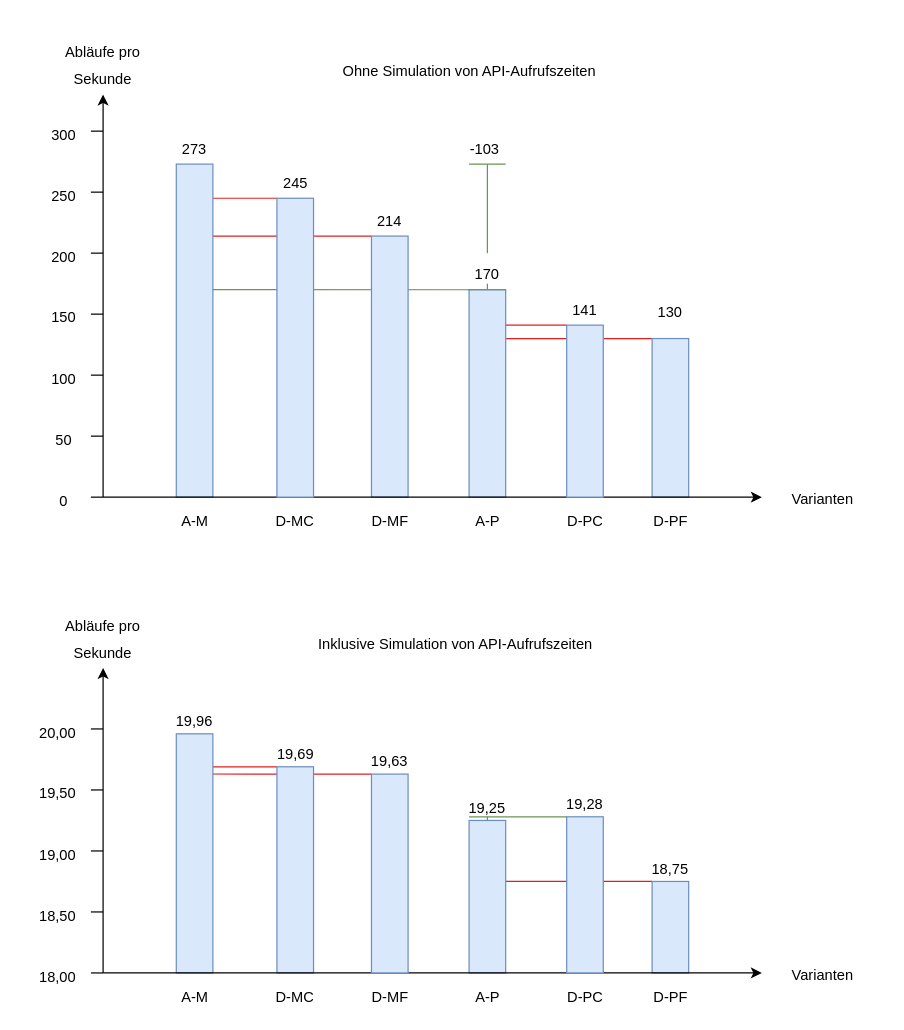
Before: svg/PerformanceReqPerSec Sum.drawio in Thalmaier/bachelor-thesis, a draw.io diagram. Source tidied: cells renumbered, new cells numbered last; positions are measured from the earlier drawing's top-left corner, leaving out a move shared by most shapes. Both pictures are drawn from the tidied source at 122%, with x=0, y=0 at pixel (21, 21).
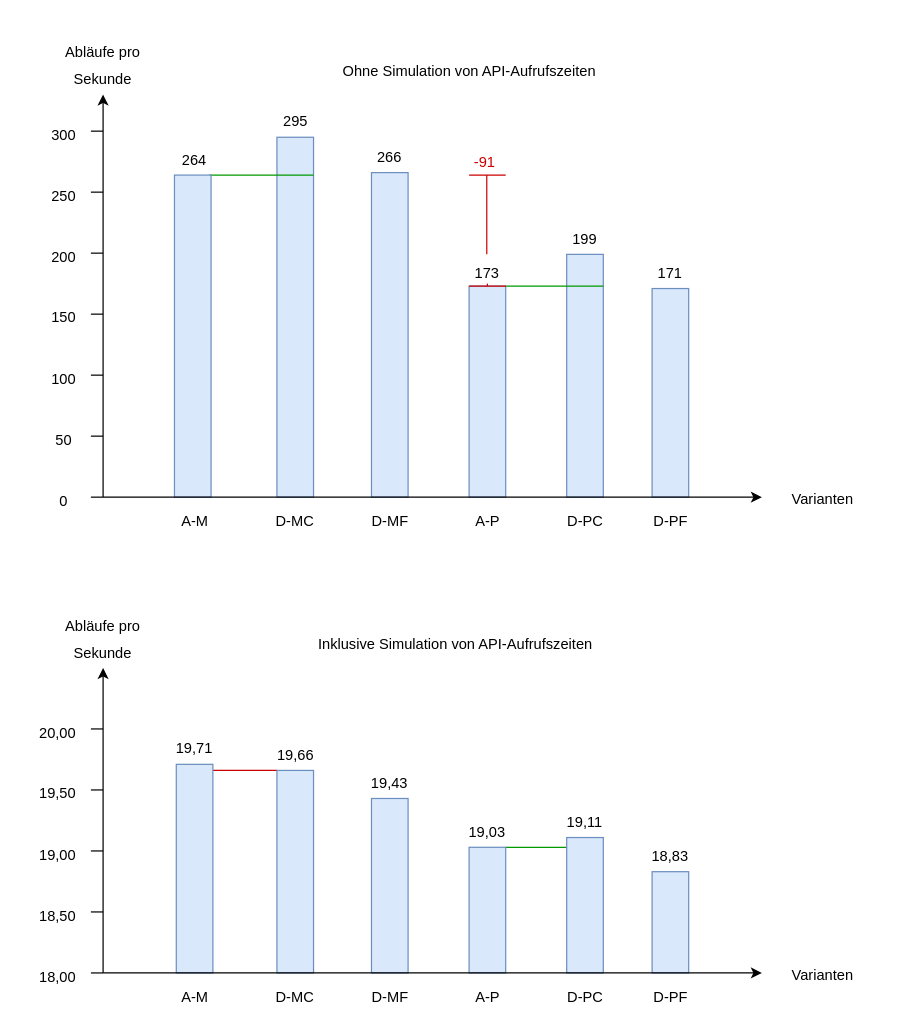
Above is the later version.

Diff of the diagram source:
```diff
@@
+    <mxCell id="73" style="rounded=0;whiteSpace=wrap;html=1;rotation=0;fillColor=#dae8fc;strokeColor=#6c8ebf;" parent="1" vertex="1">
+      <mxGeometry x="209.5" y="95" width="30" height="295" as="geometry" />
+    </mxCell>
+    <mxCell id="89" style="endArrow=none;html=1;strokeColor=#009900;fontColor=none;exitX=0.75;exitY=1;exitDx=0;exitDy=0;" parent="1" edge="1">
+      <mxGeometry relative="1" as="geometry">
+        <mxPoint x="239.5" y="126" as="sourcePoint" />
+        <mxPoint x="154" y="126" as="targetPoint" />
+      </mxGeometry>
+    </mxCell>
+    <mxCell id="76" style="rounded=0;whiteSpace=wrap;html=1;rotation=0;fillColor=#dae8fc;strokeColor=#6c8ebf;" parent="1" vertex="1">
+      <mxGeometry x="447" y="191" width="30" height="199" as="geometry" />
+    </mxCell>
+    <mxCell id="90" style="endArrow=none;html=1;strokeColor=#009900;fontColor=none;entryX=0.75;entryY=1;entryDx=0;entryDy=0;exitX=0.75;exitY=1;exitDx=0;exitDy=0;" parent="1" edge="1" target="83">
+      <mxGeometry relative="1" as="geometry">
+        <mxPoint x="477" y="217" as="sourcePoint" />
+      </mxGeometry>
+    </mxCell>
+    <mxCell id="91" style="endArrow=none;html=1;rounded=0;strokeColor=#CC0000;entryX=0.6;entryY=0.029;entryDx=0;entryDy=0;exitX=0;exitY=0;exitDx=0;exitDy=0;entryPerimeter=0;" parent="1" edge="1" source="29" target="12">
+      <mxGeometry relative="1" as="geometry" />
+    </mxCell>
+    <mxCell id="92" style="endArrow=none;html=1;strokeColor=#009900;fontColor=none;entryX=1;entryY=0;entryDx=0;entryDy=0;exitX=0.533;exitY=0.072;exitDx=0;exitDy=0;exitPerimeter=0;" parent="1" edge="1" source="15" target="14">
+      <mxGeometry relative="1" as="geometry" />
+    </mxCell>
+    <mxCell id="29" style="rounded=0;whiteSpace=wrap;html=1;rotation=0;fillColor=#dae8fc;strokeColor=#6c8ebf;" parent="1" vertex="1">
+      <mxGeometry x="209.5" y="614" width="30" height="166" as="geometry" />
+    </mxCell>
+    <mxCell id="83" value="173" style="text;html=1;strokeColor=none;fillColor=none;align=center;verticalAlign=middle;whiteSpace=wrap;rounded=0;" parent="1" vertex="1">
+      <mxGeometry x="352" y="197" width="60" height="20" as="geometry" />
+    </mxCell>
@@
-    <mxCell id="8" style="endArrow=none;html=1;rounded=0;entryX=0;entryY=0;entryDx=0;entryDy=0;fillColor=#f8cecc;strokeColor=#E31E1E;exitX=0.667;exitY=0.168;exitDx=0;exitDy=0;exitPerimeter=0;" parent="1" edge="1" source="12" target="29">
-      <mxGeometry relative="1" as="geometry" />
-    </mxCell>
-    <mxCell id="9" style="endArrow=none;html=1;rounded=0;entryX=0;entryY=0;entryDx=0;entryDy=0;exitX=0.5;exitY=0.138;exitDx=0;exitDy=0;exitPerimeter=0;fillColor=#f8cecc;strokeColor=#E31E1E;" parent="1" edge="1" source="12" target="13">
-      <mxGeometry relative="1" as="geometry" />
-    </mxCell>
-    <mxCell id="10" style="endArrow=none;html=1;rounded=0;entryX=0;entryY=0;entryDx=0;entryDy=0;fillColor=#f8cecc;strokeColor=#E31E1E;exitX=0.667;exitY=0.4;exitDx=0;exitDy=0;exitPerimeter=0;" parent="1" edge="1" source="14" target="15">
-      <mxGeometry relative="1" as="geometry" />
-    </mxCell>
@@
     <mxCell id="12" style="rounded=0;whiteSpace=wrap;html=1;rotation=0;fillColor=#dae8fc;strokeColor=#6c8ebf;" parent="1" vertex="1">
-      <mxGeometry x="127" y="584" width="30" height="196" as="geometry" />
+      <mxGeometry x="127" y="609" width="30" height="171" as="geometry" />
     </mxCell>
     <mxCell id="13" style="rounded=0;whiteSpace=wrap;html=1;rotation=0;fillColor=#dae8fc;strokeColor=#6c8ebf;" parent="1" vertex="1">
-      <mxGeometry x="209.5" y="611" width="30" height="169" as="geometry" />
+      <mxGeometry x="287" y="637" width="30" height="143" as="geometry" />
     </mxCell>
     <mxCell id="14" style="rounded=0;whiteSpace=wrap;html=1;rotation=0;fillColor=#dae8fc;strokeColor=#6c8ebf;" parent="1" vertex="1">
-      <mxGeometry x="367" y="655" width="30" height="125" as="geometry" />
+      <mxGeometry x="367" y="677" width="30" height="103" as="geometry" />
     </mxCell>
     <mxCell id="15" style="rounded=0;whiteSpace=wrap;html=1;rotation=0;fillColor=#dae8fc;strokeColor=#6c8ebf;" parent="1" vertex="1">
-      <mxGeometry x="517" y="705" width="30" height="75" as="geometry" />
+      <mxGeometry x="447" y="669" width="30" height="111" as="geometry" />
     </mxCell>
-    <mxCell id="16" value="19,96" style="text;html=1;strokeColor=none;fillColor=none;align=center;verticalAlign=middle;whiteSpace=wrap;rounded=0;" parent="1" vertex="1">
-      <mxGeometry x="112" y="564" width="60" height="20" as="geometry" />
+    <mxCell id="16" value="19,71" style="text;html=1;strokeColor=none;fillColor=none;align=center;verticalAlign=middle;whiteSpace=wrap;rounded=0;" parent="1" vertex="1">
+      <mxGeometry x="112" y="586" width="60" height="20" as="geometry" />
     </mxCell>
-    <mxCell id="17" value="19,69" style="text;html=1;strokeColor=none;fillColor=none;align=center;verticalAlign=middle;whiteSpace=wrap;rounded=0;" parent="1" vertex="1">
-      <mxGeometry x="194.5" y="591" width="60" height="20" as="geometry" />
+    <mxCell id="17" value="19,43" style="text;html=1;strokeColor=none;fillColor=none;align=center;verticalAlign=middle;whiteSpace=wrap;rounded=0;" parent="1" vertex="1">
+      <mxGeometry x="272" y="615" width="60" height="20" as="geometry" />
     </mxCell>
-    <mxCell id="18" value="18,75" style="text;html=1;strokeColor=none;fillColor=none;align=center;verticalAlign=middle;whiteSpace=wrap;rounded=0;" parent="1" vertex="1">
-      <mxGeometry x="502" y="685" width="60" height="20" as="geometry" />
+    <mxCell id="18" value="19,11" style="text;html=1;strokeColor=none;fillColor=none;align=center;verticalAlign=middle;whiteSpace=wrap;rounded=0;" parent="1" vertex="1">
+      <mxGeometry x="432" y="647" width="60" height="20" as="geometry" />
     </mxCell>
@@
-    <mxCell id="28" style="endArrow=classic;html=1;rounded=0;endFill=1;strokeColor=#000000;" parent="1" edge="1">
-      <mxGeometry relative="1" as="geometry">
-        <mxPoint x="67" y="780" as="sourcePoint" />
-        <mxPoint x="607" y="780" as="targetPoint" />
-      </mxGeometry>
-    </mxCell>
-    <mxCell id="29" style="rounded=0;whiteSpace=wrap;html=1;rotation=0;fillColor=#dae8fc;strokeColor=#6c8ebf;" parent="1" vertex="1">
-      <mxGeometry x="287" y="617" width="30" height="163" as="geometry" />
-    </mxCell>
-    <mxCell id="30" value="19,63" style="text;html=1;strokeColor=none;fillColor=none;align=center;verticalAlign=middle;whiteSpace=wrap;rounded=0;" parent="1" vertex="1">
-      <mxGeometry x="272" y="597" width="60" height="20" as="geometry" />
+    <mxCell id="30" value="19,66" style="text;html=1;strokeColor=none;fillColor=none;align=center;verticalAlign=middle;whiteSpace=wrap;rounded=0;" parent="1" vertex="1">
+      <mxGeometry x="194.5" y="592" width="60" height="20" as="geometry" />
     </mxCell>
@@
     <mxCell id="32" style="rounded=0;whiteSpace=wrap;html=1;rotation=0;fillColor=#dae8fc;strokeColor=#6c8ebf;" parent="1" vertex="1">
-      <mxGeometry x="447" y="652" width="30" height="128" as="geometry" />
+      <mxGeometry x="517" y="697" width="30" height="83" as="geometry" />
     </mxCell>
@@
-    <mxCell id="34" value="19,28" style="text;html=1;strokeColor=none;fillColor=none;align=center;verticalAlign=middle;whiteSpace=wrap;rounded=0;" parent="1" vertex="1">
-      <mxGeometry x="432" y="632" width="60" height="20" as="geometry" />
+    <mxCell id="34" value="18,83" style="text;html=1;strokeColor=none;fillColor=none;align=center;verticalAlign=middle;whiteSpace=wrap;rounded=0;" parent="1" vertex="1">
+      <mxGeometry x="502" y="675" width="60" height="20" as="geometry" />
     </mxCell>
-    <mxCell id="35" style="endArrow=none;html=1;rounded=0;strokeColor=#6B9454;exitX=0.25;exitY=0.85;exitDx=0;exitDy=0;exitPerimeter=0;entryX=0.25;entryY=1;entryDx=0;entryDy=0;" parent="1" edge="1" source="36" target="34">
-      <mxGeometry relative="1" as="geometry" />
-    </mxCell>
-    <mxCell id="36" value="19,25" style="text;html=1;strokeColor=none;fillColor=none;align=center;verticalAlign=middle;whiteSpace=wrap;rounded=0;" parent="1" vertex="1">
-      <mxGeometry x="352" y="635" width="60" height="20" as="geometry" />
+    <mxCell id="36" value="19,03" style="text;html=1;strokeColor=none;fillColor=none;align=center;verticalAlign=middle;whiteSpace=wrap;rounded=0;" parent="1" vertex="1">
+      <mxGeometry x="352" y="655" width="60" height="20" as="geometry" />
     </mxCell>
@@
-    <mxCell id="39" style="endArrow=none;html=1;rounded=0;strokeColor=#6B9454;exitX=0.5;exitY=0;exitDx=0;exitDy=0;" parent="1" edge="1" source="14">
-      <mxGeometry relative="1" as="geometry">
-        <mxPoint x="382" y="652" as="targetPoint" />
-      </mxGeometry>
-    </mxCell>
@@
-    <mxCell id="46" style="endArrow=none;html=1;rounded=0;strokeColor=#6B9454;entryX=0;entryY=0;entryDx=0;entryDy=0;exitX=0.333;exitY=0.377;exitDx=0;exitDy=0;exitPerimeter=0;fillColor=#d5e8d4;" parent="1" edge="1" source="52" target="54">
-      <mxGeometry relative="1" as="geometry" />
-    </mxCell>
-    <mxCell id="47" style="endArrow=none;html=1;rounded=0;entryX=0;entryY=0;entryDx=0;entryDy=0;fillColor=#f8cecc;strokeColor=#E31E1E;" parent="1" edge="1" target="76">
-      <mxGeometry relative="1" as="geometry">
-        <mxPoint x="377" y="249" as="sourcePoint" />
-      </mxGeometry>
-    </mxCell>
-    <mxCell id="48" style="endArrow=none;html=1;rounded=0;entryX=0;entryY=0;entryDx=0;entryDy=0;fillColor=#f8cecc;strokeColor=#E31E1E;" parent="1" edge="1" target="73">
-      <mxGeometry relative="1" as="geometry">
-        <mxPoint x="137" y="145" as="sourcePoint" />
-      </mxGeometry>
-    </mxCell>
-    <mxCell id="49" style="endArrow=none;html=1;rounded=0;entryX=0;entryY=0;entryDx=0;entryDy=0;exitX=0.667;exitY=0.216;exitDx=0;exitDy=0;exitPerimeter=0;fillColor=#f8cecc;strokeColor=#E31E1E;" parent="1" edge="1" source="52" target="53">
-      <mxGeometry relative="1" as="geometry" />
-    </mxCell>
-    <mxCell id="50" style="endArrow=none;html=1;rounded=0;entryX=0;entryY=0;entryDx=0;entryDy=0;fillColor=#f8cecc;strokeColor=#E31E1E;" parent="1" edge="1" target="55">
-      <mxGeometry relative="1" as="geometry">
-        <mxPoint x="387" y="260" as="sourcePoint" />
-      </mxGeometry>
-    </mxCell>
@@
     <mxCell id="52" style="rounded=0;whiteSpace=wrap;html=1;rotation=0;fillColor=#dae8fc;strokeColor=#6c8ebf;" parent="1" vertex="1">
-      <mxGeometry x="127" y="117" width="30" height="273" as="geometry" />
+      <mxGeometry x="125.5" y="126" width="30" height="264" as="geometry" />
     </mxCell>
     <mxCell id="53" style="rounded=0;whiteSpace=wrap;html=1;rotation=0;fillColor=#dae8fc;strokeColor=#6c8ebf;" parent="1" vertex="1">
-      <mxGeometry x="287" y="176" width="30" height="214" as="geometry" />
+      <mxGeometry x="287" y="124" width="30" height="266" as="geometry" />
     </mxCell>
     <mxCell id="54" style="rounded=0;whiteSpace=wrap;html=1;rotation=0;fillColor=#dae8fc;strokeColor=#6c8ebf;" parent="1" vertex="1">
-      <mxGeometry x="367" y="220" width="30" height="170" as="geometry" />
+      <mxGeometry x="367" y="217" width="30" height="173" as="geometry" />
     </mxCell>
     <mxCell id="55" style="rounded=0;whiteSpace=wrap;html=1;rotation=0;fillColor=#dae8fc;strokeColor=#6c8ebf;" parent="1" vertex="1">
-      <mxGeometry x="517" y="260" width="30" height="130" as="geometry" />
+      <mxGeometry x="517" y="219" width="30" height="171" as="geometry" />
     </mxCell>
-    <mxCell id="56" value="273" style="text;html=1;strokeColor=none;fillColor=none;align=center;verticalAlign=middle;whiteSpace=wrap;rounded=0;" parent="1" vertex="1">
-      <mxGeometry x="112" y="95" width="60" height="20" as="geometry" />
+    <mxCell id="56" value="264" style="text;html=1;strokeColor=none;fillColor=none;align=center;verticalAlign=middle;whiteSpace=wrap;rounded=0;" parent="1" vertex="1">
+      <mxGeometry x="112" y="104" width="60" height="20" as="geometry" />
     </mxCell>
-    <mxCell id="57" value="214" style="text;html=1;strokeColor=none;fillColor=none;align=center;verticalAlign=middle;whiteSpace=wrap;rounded=0;" parent="1" vertex="1">
-      <mxGeometry x="272" y="154" width="60" height="20" as="geometry" />
+    <mxCell id="57" value="266" style="text;html=1;strokeColor=none;fillColor=none;align=center;verticalAlign=middle;whiteSpace=wrap;rounded=0;" parent="1" vertex="1">
+      <mxGeometry x="272" y="102" width="60" height="20" as="geometry" />
     </mxCell>
-    <mxCell id="58" value="130" style="text;html=1;strokeColor=none;fillColor=none;align=center;verticalAlign=middle;whiteSpace=wrap;rounded=0;" parent="1" vertex="1">
-      <mxGeometry x="502" y="229" width="60" height="20" as="geometry" />
+    <mxCell id="58" value="171" style="text;html=1;strokeColor=none;fillColor=none;align=center;verticalAlign=middle;whiteSpace=wrap;rounded=0;" parent="1" vertex="1">
+      <mxGeometry x="502" y="197" width="60" height="20" as="geometry" />
     </mxCell>
@@
-    <mxCell id="71" style="endArrow=classic;html=1;rounded=0;endFill=1;strokeColor=#000000;" parent="1" edge="1">
-      <mxGeometry relative="1" as="geometry">
-        <mxPoint x="67" y="390" as="sourcePoint" />
-        <mxPoint x="607" y="390" as="targetPoint" />
-      </mxGeometry>
-    </mxCell>
@@
-    <mxCell id="73" style="rounded=0;whiteSpace=wrap;html=1;rotation=0;fillColor=#dae8fc;strokeColor=#6c8ebf;" parent="1" vertex="1">
-      <mxGeometry x="209.5" y="145" width="30" height="245" as="geometry" />
-    </mxCell>
-    <mxCell id="74" value="245" style="text;html=1;strokeColor=none;fillColor=none;align=center;verticalAlign=middle;whiteSpace=wrap;rounded=0;" parent="1" vertex="1">
-      <mxGeometry x="194.5" y="123" width="60" height="20" as="geometry" />
+    <mxCell id="74" value="295" style="text;html=1;strokeColor=none;fillColor=none;align=center;verticalAlign=middle;whiteSpace=wrap;rounded=0;" parent="1" vertex="1">
+      <mxGeometry x="194.5" y="72" width="60" height="20" as="geometry" />
     </mxCell>
@@
-    <mxCell id="76" style="rounded=0;whiteSpace=wrap;html=1;rotation=0;fillColor=#dae8fc;strokeColor=#6c8ebf;" parent="1" vertex="1">
-      <mxGeometry x="447" y="249" width="30" height="141" as="geometry" />
-    </mxCell>
@@
-    <mxCell id="78" value="141" style="text;html=1;strokeColor=none;fillColor=none;align=center;verticalAlign=middle;whiteSpace=wrap;rounded=0;" parent="1" vertex="1">
-      <mxGeometry x="432" y="227" width="60" height="20" as="geometry" />
+    <mxCell id="78" value="199" style="text;html=1;strokeColor=none;fillColor=none;align=center;verticalAlign=middle;whiteSpace=wrap;rounded=0;" parent="1" vertex="1">
+      <mxGeometry x="432" y="169" width="60" height="20" as="geometry" />
     </mxCell>
-    <mxCell id="79" value="-103" style="text;html=1;strokeColor=none;fillColor=none;align=center;verticalAlign=middle;whiteSpace=wrap;rounded=0;" parent="1" vertex="1">
-      <mxGeometry x="350" y="95" width="60" height="20" as="geometry" />
+    <mxCell id="79" value="-91" style="text;html=1;fillColor=none;align=center;verticalAlign=middle;whiteSpace=wrap;rounded=0;fontColor=#CC0000;" parent="1" vertex="1">
+      <mxGeometry x="349.5" y="106" width="60" height="20" as="geometry" />
     </mxCell>
-    <mxCell id="80" style="endArrow=none;html=1;rounded=0;strokeColor=#6B9454;" parent="1" edge="1">
+    <mxCell id="80" style="endArrow=none;html=1;rounded=0;strokeColor=#CC0000;" parent="1" edge="1">
       <mxGeometry relative="1" as="geometry">
-        <mxPoint x="382" y="190" as="sourcePoint" />
-        <mxPoint x="382" y="117" as="targetPoint" />
+        <mxPoint x="381.5" y="191" as="sourcePoint" />
+        <mxPoint x="381.5" y="126" as="targetPoint" />
       </mxGeometry>
     </mxCell>
-    <mxCell id="81" style="endArrow=none;html=1;rounded=0;strokeColor=#6B9454;" parent="1" edge="1">
+    <mxCell id="81" style="endArrow=none;html=1;rounded=0;strokeColor=#CC0000;" parent="1" edge="1">
       <mxGeometry relative="1" as="geometry">
-        <mxPoint x="397" y="117" as="sourcePoint" />
-        <mxPoint x="367" y="117" as="targetPoint" />
+        <mxPoint x="397" y="126" as="sourcePoint" />
+        <mxPoint x="367" y="126" as="targetPoint" />
       </mxGeometry>
     </mxCell>
-    <mxCell id="82" style="endArrow=none;html=1;rounded=0;strokeColor=#6B9454;exitX=1.01;exitY=0;exitDx=0;exitDy=0;exitPerimeter=0;" parent="1" edge="1" source="54">
-      <mxGeometry relative="1" as="geometry">
-        <mxPoint x="366" y="220" as="targetPoint" />
-      </mxGeometry>
+    <mxCell id="82" style="endArrow=none;html=1;rounded=0;exitX=1.01;exitY=0;exitDx=0;exitDy=0;exitPerimeter=0;entryX=0;entryY=0;entryDx=0;entryDy=0;strokeColor=#CC0000;" parent="1" edge="1" source="54" target="54">
+      <mxGeometry relative="1" as="geometry" />
     </mxCell>
-    <mxCell id="83" value="170" style="text;html=1;strokeColor=none;fillColor=none;align=center;verticalAlign=middle;whiteSpace=wrap;rounded=0;" parent="1" vertex="1">
-      <mxGeometry x="352" y="198" width="60" height="20" as="geometry" />
-    </mxCell>
-    <mxCell id="84" style="endArrow=none;html=1;rounded=0;strokeColor=#6B9454;exitX=0.5;exitY=0;exitDx=0;exitDy=0;" parent="1" edge="1" source="54">
-      <mxGeometry relative="1" as="geometry">
-        <mxPoint x="382" y="215" as="targetPoint" />
-      </mxGeometry>
+    <mxCell id="84" style="endArrow=none;html=1;rounded=0;exitX=0.5;exitY=0;exitDx=0;exitDy=0;entryX=0.5;entryY=0.9;entryDx=0;entryDy=0;entryPerimeter=0;strokeColor=#CC0000;" parent="1" edge="1" source="54" target="83">
+      <mxGeometry relative="1" as="geometry" />
     </mxCell>
@@
+    <mxCell id="71" style="endArrow=classic;html=1;rounded=0;endFill=1;strokeColor=#000000;" parent="1" edge="1">
+      <mxGeometry relative="1" as="geometry">
+        <mxPoint x="67" y="390" as="sourcePoint" />
+        <mxPoint x="607" y="390" as="targetPoint" />
+      </mxGeometry>
+    </mxCell>
+    <mxCell id="28" style="endArrow=classic;html=1;rounded=0;endFill=1;strokeColor=#000000;" parent="1" edge="1">
+      <mxGeometry relative="1" as="geometry">
+        <mxPoint x="67" y="780" as="sourcePoint" />
+        <mxPoint x="607" y="780" as="targetPoint" />
+      </mxGeometry>
+    </mxCell>
```
